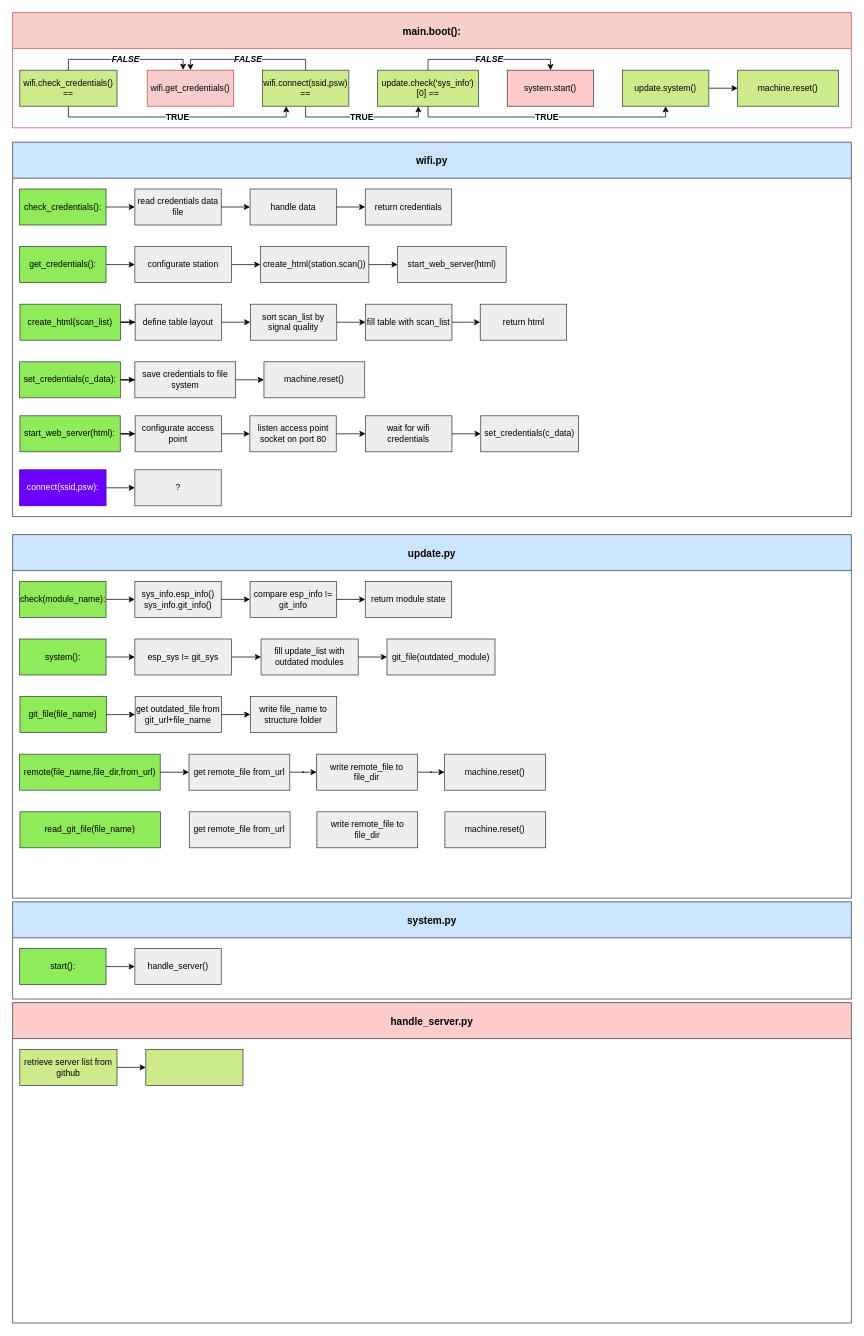
Earlier version of the draw.io diagram design_files/esp_structure.drawio (marsex/workbench). Source tidied: cells renumbered, new cells numbered last; positions are measured from the earlier drawing's top-left corner, leaving out a move shared by most shapes. Both pictures are drawn from the tidied source at 72%, with x=0, y=0 at pixel (12, 12).
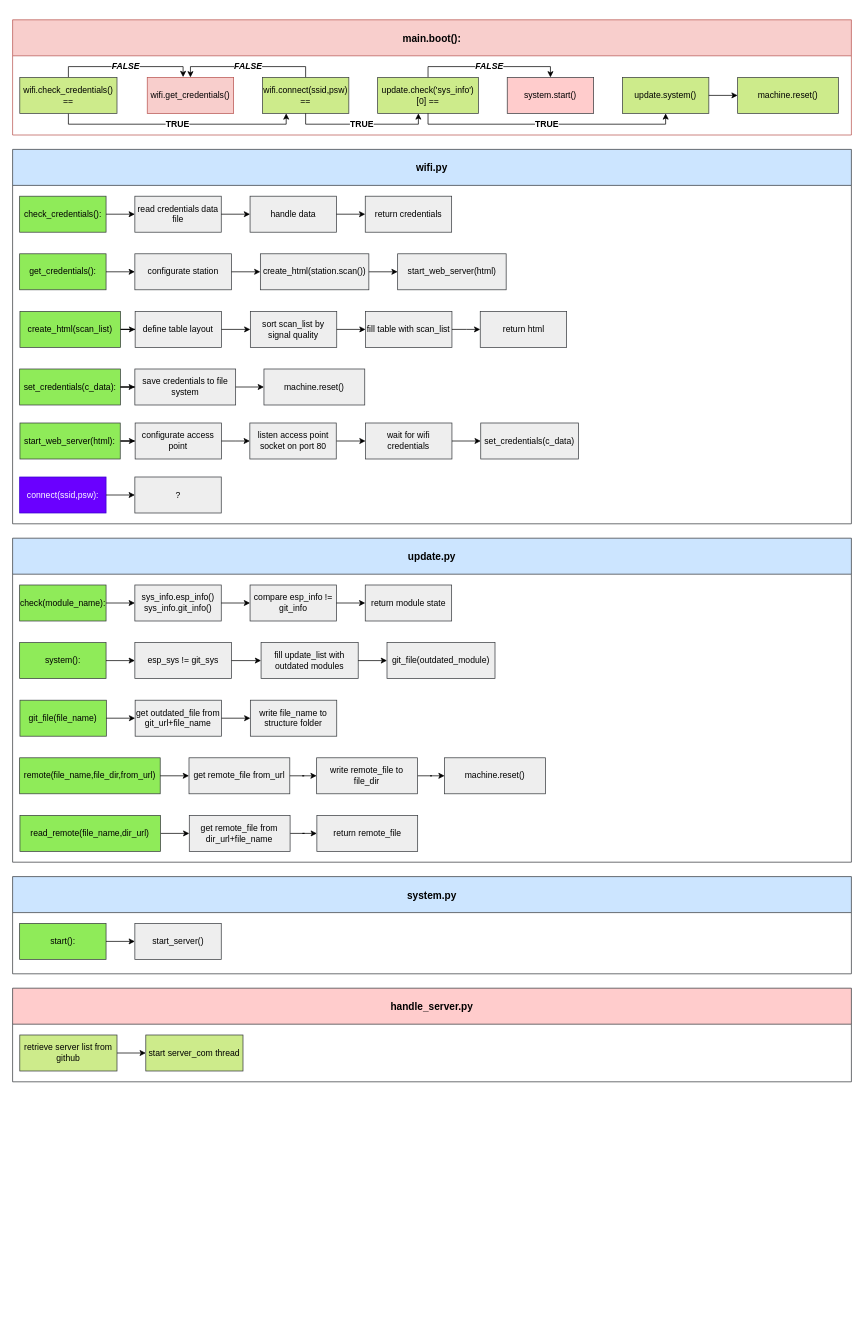
The same page after the edit.

The edit, as a diff of the source:
```diff
@@
     <mxCell id="2" value="main.boot():" style="swimlane;strokeColor=#b85450;fillColor=#f8cecc;fontSize=14;startSize=50;flipH=1;swimlaneFillColor=none;" parent="1" vertex="1">
-      <mxGeometry width="1165" height="160" as="geometry" />
+      <mxGeometry y="10" width="1165" height="160" as="geometry" />
     </mxCell>
@@
     <mxCell id="17" value="update.py" style="swimlane;strokeColor=#36393d;fillColor=#cce5ff;fontSize=14;startSize=50;flipH=1;swimlaneFillColor=none;" parent="1" vertex="1">
-      <mxGeometry y="725" width="1165" height="505" as="geometry" />
+      <mxGeometry y="730" width="1165" height="450" as="geometry" />
     </mxCell>
@@
+    <mxCell id="116" style="edgeStyle=orthogonalEdgeStyle;rounded=0;jettySize=auto;html=1;entryX=0;entryY=0.5;entryDx=0;entryDy=0;" parent="17" edge="1" source="50" target="51">
+      <mxGeometry relative="1" as="geometry" />
+    </mxCell>
-    <mxCell id="50" value="read_git_file(file_name)" style="rounded=0;whiteSpace=wrap;html=1;fillColor=#8FEB59;strokeColor=#36393d;" parent="17" vertex="1">
+    <mxCell id="50" value="read_remote(file_name,dir_url)" style="rounded=0;whiteSpace=wrap;html=1;fillColor=#8FEB59;strokeColor=#36393d;" parent="17" vertex="1">
       <mxGeometry x="10.2" y="385" width="195.2" height="50" as="geometry" />
     </mxCell>
+    <mxCell id="117" style="edgeStyle=orthogonalEdgeStyle;rounded=0;jettySize=auto;html=1;" parent="17" edge="1" source="51" target="52">
+      <mxGeometry relative="1" as="geometry" />
+    </mxCell>
-    <mxCell id="51" value="get&amp;nbsp;remote_file from_url" style="rounded=0;whiteSpace=wrap;html=1;fillColor=#eeeeee;strokeColor=#36393d;" parent="17" vertex="1">
+    <mxCell id="51" value="get&amp;nbsp;remote_file from dir_url+file_name" style="rounded=0;whiteSpace=wrap;html=1;fillColor=#eeeeee;strokeColor=#36393d;" parent="17" vertex="1">
       <mxGeometry x="245.4" y="385" width="140" height="50" as="geometry" />
     </mxCell>
-    <mxCell id="52" value="write&amp;nbsp;remote_file to file_dir" style="rounded=0;whiteSpace=wrap;html=1;fillColor=#eeeeee;strokeColor=#36393d;" parent="17" vertex="1">
+    <mxCell id="52" value="return remote_file" style="rounded=0;whiteSpace=wrap;html=1;fillColor=#eeeeee;strokeColor=#36393d;" parent="17" vertex="1">
       <mxGeometry x="422.6" y="385" width="140" height="50" as="geometry" />
     </mxCell>
-    <mxCell id="53" value="machine.reset()" style="rounded=0;whiteSpace=wrap;html=1;fillColor=#eeeeee;strokeColor=#36393d;" parent="17" vertex="1">
-      <mxGeometry x="600.4" y="385" width="140" height="50" as="geometry" />
-    </mxCell>
     <mxCell id="54" value="wifi.py" style="swimlane;strokeColor=#36393d;fillColor=#cce5ff;fontSize=14;startSize=50;flipH=1;swimlaneFillColor=none;" parent="1" vertex="1">
-      <mxGeometry y="180" width="1165" height="520" as="geometry" />
+      <mxGeometry y="190" width="1165" height="520" as="geometry" />
     </mxCell>
@@
     <mxCell id="95" value="system.py" style="swimlane;strokeColor=#36393d;fillColor=#cce5ff;fontSize=14;startSize=50;flipH=1;swimlaneFillColor=none;" parent="1" vertex="1">
-      <mxGeometry y="1235" width="1165" height="135" as="geometry" />
+      <mxGeometry y="1200" width="1165" height="135" as="geometry" />
     </mxCell>
@@
-    <mxCell id="97" value="handle_server()" style="rounded=0;whiteSpace=wrap;html=1;fillColor=#eeeeee;strokeColor=#36393d;" parent="95" vertex="1">
+    <mxCell id="97" value="start_server()" style="rounded=0;whiteSpace=wrap;html=1;fillColor=#eeeeee;strokeColor=#36393d;" parent="95" vertex="1">
       <mxGeometry x="169.8" y="65" width="120" height="50" as="geometry" />
     </mxCell>
@@
     <mxCell id="105" value="handle_server.py" style="swimlane;strokeColor=#36393d;fillColor=#ffcccc;fontSize=14;startSize=50;flipH=1;swimlaneFillColor=none;" parent="1" vertex="1">
-      <mxGeometry y="1375" width="1165" height="445" as="geometry" />
+      <mxGeometry y="1355" width="1165" height="130" as="geometry" />
     </mxCell>
@@
-    <mxCell id="115" style="rounded=0;whiteSpace=wrap;html=1;fillColor=#cdeb8b;strokeColor=#36393d;" parent="105" vertex="1">
+    <mxCell id="115" value="start server_com thread" style="rounded=0;whiteSpace=wrap;html=1;fillColor=#cdeb8b;strokeColor=#36393d;" parent="105" vertex="1">
       <mxGeometry x="185" y="65" width="135" height="50" as="geometry" />
     </mxCell>
```
